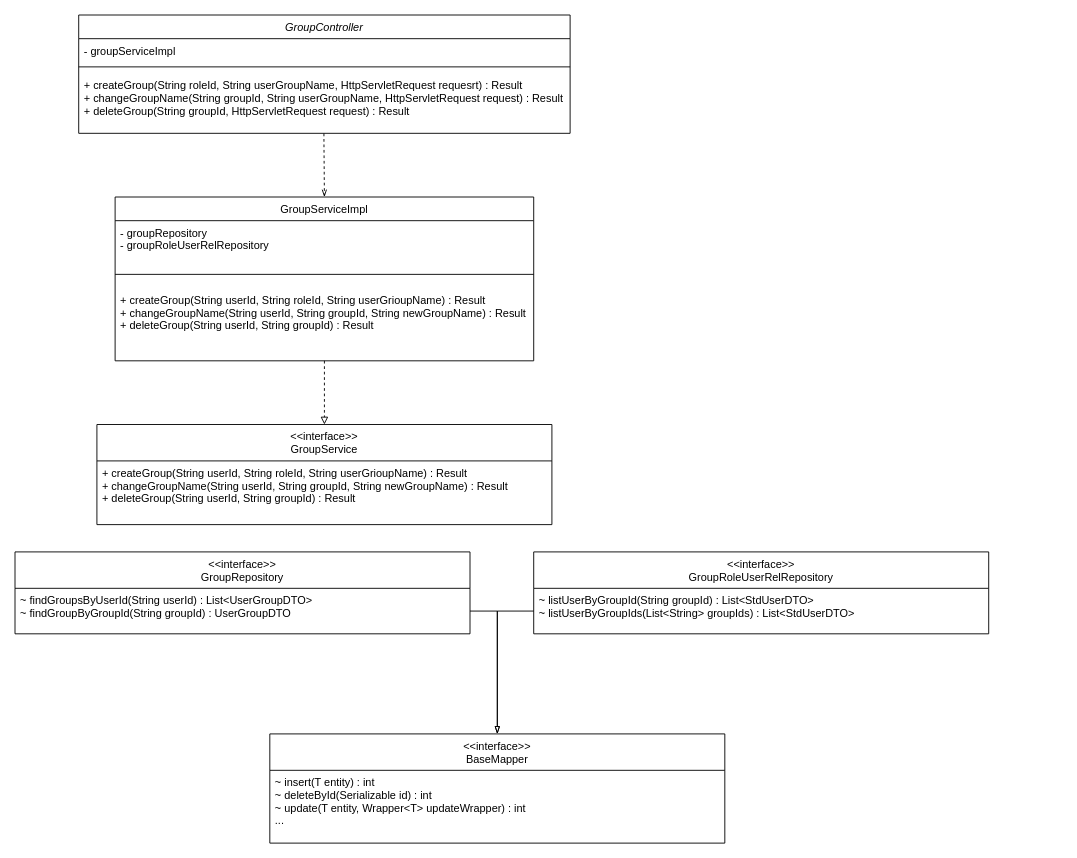
come-on-reader/draw-io keeps this draw.io diagram as 未命名绘图.drawio. Above is the earlier version. Source tidied: cells renumbered, new cells numbered last; positions are measured from the earlier drawing's top-left corner, leaving out a move shared by most shapes. Both pictures are drawn from the tidied source at 91%, with x=0, y=0 at pixel (15, 15).
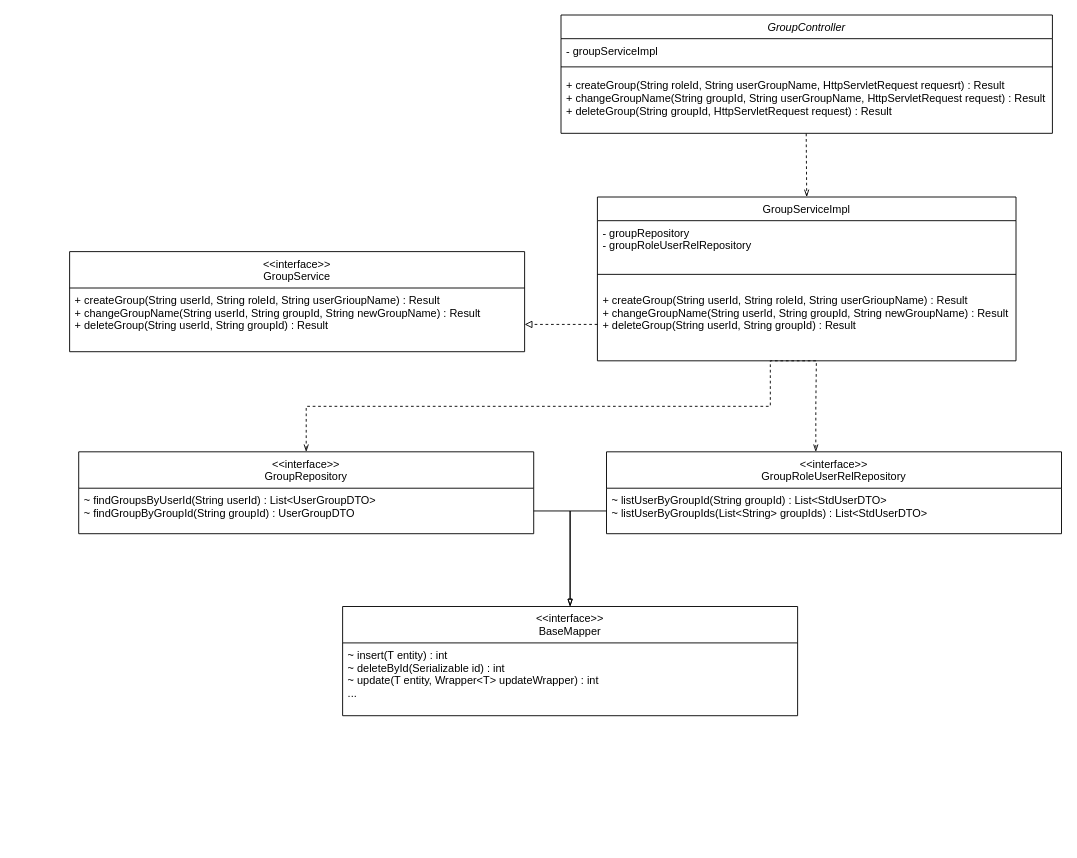
Above is the later version.

Commit message:
用户管理类图.drawio

The change refers to these unchanged cells:
```xml
<mxCell id="5" value="+ createGroup(String roleId, String userGroupName, HttpServletRequest requesrt) : Result&#10;+ changeGroupName(String groupId, String userGroupName, HttpServletRequest request) : Result&#10;+ deleteGroup(String groupId, HttpServletRequest request) : Result" style="text;align=left;verticalAlign=top;spacingLeft=4;spacingRight=4;overflow=hidden;points=[[0,0.5],[1,0.5]];portConstraint=eastwest;" parent="2" vertex="1">
  <mxGeometry y="64" width="540" height="66" as="geometry" />
</mxCell>
<mxCell id="9" value="+ createGroup(String userId, String roleId, String userGrioupName) : Result&#10;+ changeGroupName(String userId, String groupId, String newGroupName) : Result&#10;+ deleteGroup(String userId, String groupId) : Result" style="text;align=left;verticalAlign=top;spacingLeft=4;spacingRight=4;overflow=hidden;points=[[0,0.5],[1,0.5]];portConstraint=eastwest;" parent="6" vertex="1">
  <mxGeometry y="100" width="460" height="80" as="geometry" />
</mxCell>
```

Change to the diagram source:
```diff
@@
     <mxCell id="2" value=" GroupController" style="swimlane;fontStyle=2;align=center;verticalAlign=top;horizontal=1;startSize=26;rounded=0;shadow=0;strokeWidth=1;" parent="1" vertex="1">
-      <mxGeometry x="70" width="540" height="130" as="geometry" />
+      <mxGeometry x="600" width="540" height="130" as="geometry" />
     </mxCell>
@@
     <mxCell id="6" value="GroupServiceImpl" style="swimlane;fontStyle=0;align=center;verticalAlign=top;horizontal=1;startSize=26;rounded=0;shadow=0;strokeWidth=1;" parent="1" vertex="1">
-      <mxGeometry x="110" y="200" width="460" height="180" as="geometry" />
+      <mxGeometry x="640" y="200" width="460" height="180" as="geometry" />
     </mxCell>
@@
     <mxCell id="10" value="&lt;&lt;interface&gt;&gt;&#10;GroupService" style="swimlane;fontStyle=0;align=center;verticalAlign=top;horizontal=1;startSize=40;rounded=0;shadow=0;strokeWidth=1;" parent="1" vertex="1">
-      <mxGeometry x="90" y="450" width="500" height="110" as="geometry" />
+      <mxGeometry x="60" y="260" width="500" height="110" as="geometry" />
     </mxCell>
@@
-    <mxCell id="12" style="edgeStyle=orthogonalEdgeStyle;rounded=0;jettySize=auto;html=1;dashed=1;endArrow=block;endFill=0;" parent="1" edge="1" target="10">
+    <mxCell id="12" style="edgeStyle=orthogonalEdgeStyle;rounded=0;orthogonalLoop=1;jettySize=auto;html=1;dashed=1;endArrow=block;endFill=0;" parent="1" edge="1">
       <mxGeometry relative="1" as="geometry">
-        <mxPoint x="340" y="380" as="sourcePoint" />
+        <mxPoint x="640" y="340" as="sourcePoint" />
+        <mxPoint x="560" y="340" as="targetPoint" />
         <Array as="points">
-          <mxPoint x="340" y="380" />
+          <mxPoint x="640" y="340" />
+          <mxPoint x="540" y="340" />
         </Array>
       </mxGeometry>
     </mxCell>
     <mxCell id="13" style="edgeStyle=orthogonalEdgeStyle;rounded=0;jettySize=auto;html=1;exitX=0.499;exitY=1.004;exitDx=0;exitDy=0;entryX=0.5;entryY=0;entryDx=0;entryDy=0;dashed=1;endArrow=openThin;endFill=0;exitPerimeter=0;" parent="1" edge="1" source="5" target="6">
       <mxGeometry relative="1" as="geometry">
         <Array as="points">
-          <mxPoint x="340" y="140" />
-          <mxPoint x="340" y="140" />
+          <mxPoint x="870" y="140" />
+          <mxPoint x="870" y="140" />
         </Array>
       </mxGeometry>
     </mxCell>
     <mxCell id="14" value="&lt;&lt;interface&gt;&gt;&#10;GroupRepository" style="swimlane;fontStyle=0;align=center;verticalAlign=top;horizontal=1;startSize=40;rounded=0;shadow=0;strokeWidth=1;" parent="1" vertex="1">
-      <mxGeometry y="590" width="500" height="90" as="geometry" />
+      <mxGeometry x="70" y="480" width="500" height="90" as="geometry" />
     </mxCell>
@@
     <mxCell id="16" value="&lt;&lt;interface&gt;&gt;&#10;GroupRoleUserRelRepository" style="swimlane;fontStyle=0;align=center;verticalAlign=top;horizontal=1;startSize=40;rounded=0;shadow=0;strokeWidth=1;" parent="1" vertex="1">
-      <mxGeometry x="570" y="590" width="500" height="90" as="geometry" />
+      <mxGeometry x="650" y="480" width="500" height="90" as="geometry" />
     </mxCell>
@@
     <mxCell id="18" value="&lt;&lt;interface&gt;&gt;&#10;BaseMapper" style="swimlane;fontStyle=0;align=center;verticalAlign=top;horizontal=1;startSize=40;rounded=0;shadow=0;strokeWidth=1;" parent="1" vertex="1">
-      <mxGeometry x="280" y="790" width="500" height="120" as="geometry" />
+      <mxGeometry x="360" y="650" width="500" height="120" as="geometry" />
     </mxCell>
@@
+    <mxCell id="22" style="edgeStyle=orthogonalEdgeStyle;rounded=0;jettySize=auto;html=1;exitX=0.523;exitY=1.032;exitDx=0;exitDy=0;dashed=1;endArrow=openThin;endFill=0;exitPerimeter=0;" parent="1" edge="1" source="9">
+      <mxGeometry relative="1" as="geometry">
+        <mxPoint x="880" y="480" as="targetPoint" />
+        <Array as="points">
+          <mxPoint x="881" y="430" />
+          <mxPoint x="880" y="430" />
+          <mxPoint x="880" y="480" />
+        </Array>
+      </mxGeometry>
+    </mxCell>
+    <mxCell id="23" style="edgeStyle=orthogonalEdgeStyle;rounded=0;jettySize=auto;html=1;exitX=0.522;exitY=1;exitDx=0;exitDy=0;dashed=1;endArrow=openThin;endFill=0;exitPerimeter=0;entryX=0.5;entryY=0;entryDx=0;entryDy=0;" parent="1" edge="1" source="9" target="14">
+      <mxGeometry relative="1" as="geometry">
+        <Array as="points">
+          <mxPoint x="830" y="380" />
+          <mxPoint x="830" y="430" />
+          <mxPoint x="320" y="430" />
+        </Array>
+      </mxGeometry>
+    </mxCell>
```
